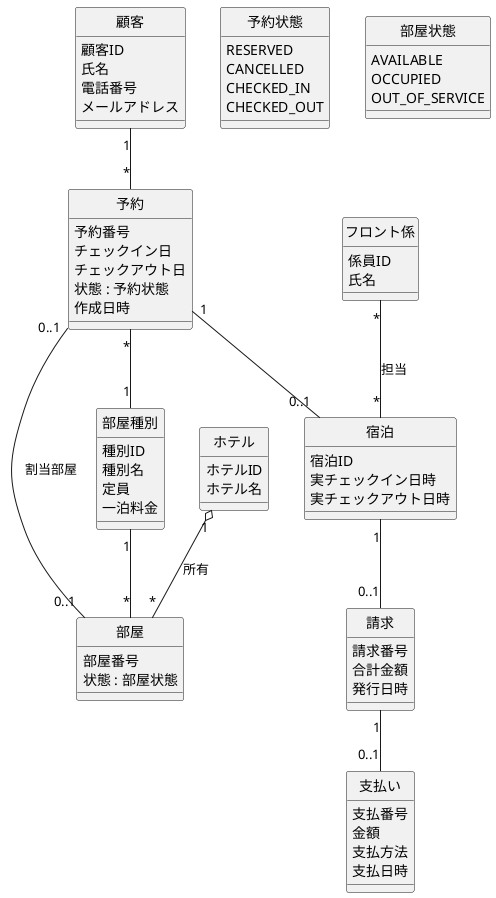
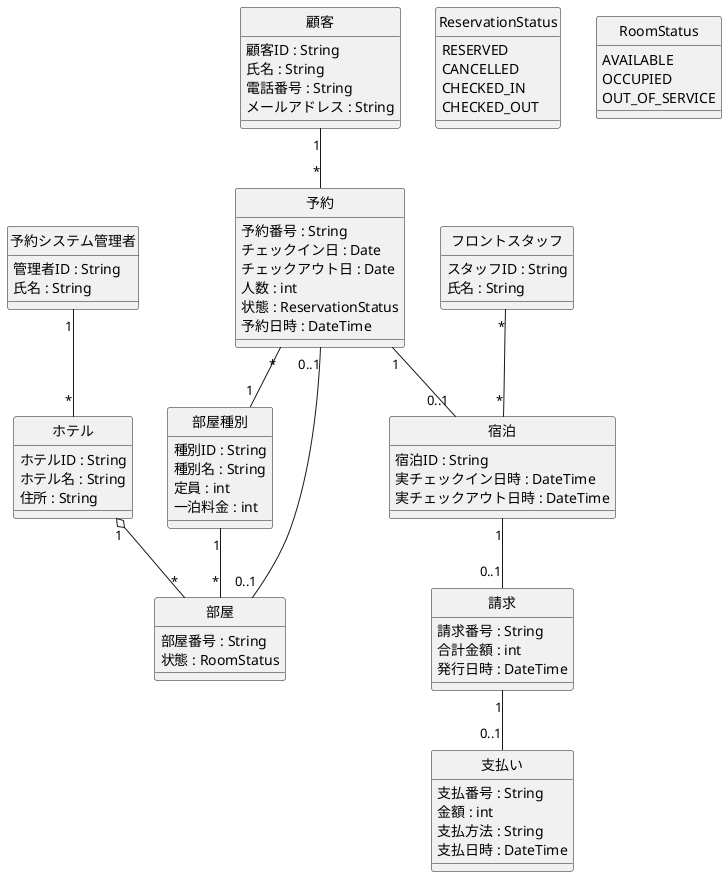
@startuml domain_class
' ============================================================
- ' HRS 概念クラス図（演習1 / ドメイン分析）日本語版
- ' Issue: [Domain] 概念クラス図を作成する
+ ' HRS 概念クラス図（演習1 / ドメイン分析）日本語・型つき版
+ ' 設計クラス図に合わせて更新（フロントスタッフ／予約システム管理者を分離）
'
- ' 方針:
- '   - ホテル業務に存在する概念だけを置く（実装クラスは入れない）
- '   - 状態は「属性の型」として列挙を指す（点線の依存は描かない）
- '   - 多重度・ロール名・集約を明示する
+ ' 概念レベルなので、操作（メソッド）と誘導可能性（矢印）は描かない。
+ ' 状態は列挙を型として指す（点線の依存は描かない）。
' ============================================================

skinparam classAttributeIconSize 0
hide circle

class 顧客 {
-   顧客ID
-   氏名
-   電話番号
-   メールアドレス
+   顧客ID : String
+   氏名 : String
+   電話番号 : String
+   メールアドレス : String
}

- class フロント係 {
-   係員ID
-   氏名
+ class 予約システム管理者 {
+   管理者ID : String
+   氏名 : String
+ }
+ 
+ class フロントスタッフ {
+   スタッフID : String
+   氏名 : String
}

class ホテル {
-   ホテルID
-   ホテル名
+   ホテルID : String
+   ホテル名 : String
+   住所 : String
+ }
+ 
+ class 部屋種別 {
+   種別ID : String
+   種別名 : String
+   定員 : int
+   一泊料金 : int
}

class 部屋 {
-   部屋番号
-   状態 : 部屋状態
- }
- 
- class 部屋種別 {
-   種別ID
-   種別名
-   定員
-   一泊料金
+   部屋番号 : String
+   状態 : RoomStatus
}

class 予約 {
-   予約番号
-   チェックイン日
-   チェックアウト日
-   状態 : 予約状態
-   作成日時
+   予約番号 : String
+   チェックイン日 : Date
+   チェックアウト日 : Date
+   人数 : int
+   状態 : ReservationStatus
+   予約日時 : DateTime
}

class 宿泊 {
-   宿泊ID
-   実チェックイン日時
-   実チェックアウト日時
+   宿泊ID : String
+   実チェックイン日時 : DateTime
+   実チェックアウト日時 : DateTime
}

class 請求 {
-   請求番号
-   合計金額
-   発行日時
+   請求番号 : String
+   合計金額 : int
+   発行日時 : DateTime
}

class 支払い {
-   支払番号
-   金額
-   支払方法
-   支払日時
+   支払番号 : String
+   金額 : int
+   支払方法 : String
+   支払日時 : DateTime
}

- ' 状態が取りうる値の一覧（型の定義）。属性側から型として参照するため、点線は描かない
- enum 予約状態 {
+ enum ReservationStatus {
  RESERVED
  CANCELLED
  CHECKED_IN
  CHECKED_OUT
}

- enum 部屋状態 {
+ enum RoomStatus {
  AVAILABLE
  OCCUPIED
  OUT_OF_SERVICE
}

' ============================================================
- ' 関係と多重度
+ ' 関係と多重度（概念レベルなので向きは付けない）
' ============================================================
- ホテル      "1"    o-- "*"    部屋        : 所有
- 部屋種別    "1"    --  "*"    部屋
- 顧客        "1"    --  "*"    予約
- 予約        "*"    --  "1"    部屋種別
- 予約        "0..1" --  "0..1" 部屋        : 割当部屋
- 予約        "1"    --  "0..1" 宿泊
- 宿泊        "1"    --  "0..1" 請求
- 請求        "1"    --  "0..1" 支払い
- フロント係  "*"    --  "*"    宿泊        : 担当
+ ホテル              "1"    o-- "*"    部屋
+ 部屋種別            "1"    --  "*"    部屋
+ 顧客                "1"    --  "*"    予約
+ 予約                "*"    --  "1"    部屋種別
+ 予約                "0..1" --  "0..1" 部屋
+ 予約                "1"    --  "0..1" 宿泊
+ 宿泊                "1"    --  "0..1" 請求
+ 請求                "1"    --  "0..1" 支払い
+ 予約システム管理者  "1"    --  "*"    ホテル
+ フロントスタッフ    "*"    --  "*"    宿泊

@enduml
